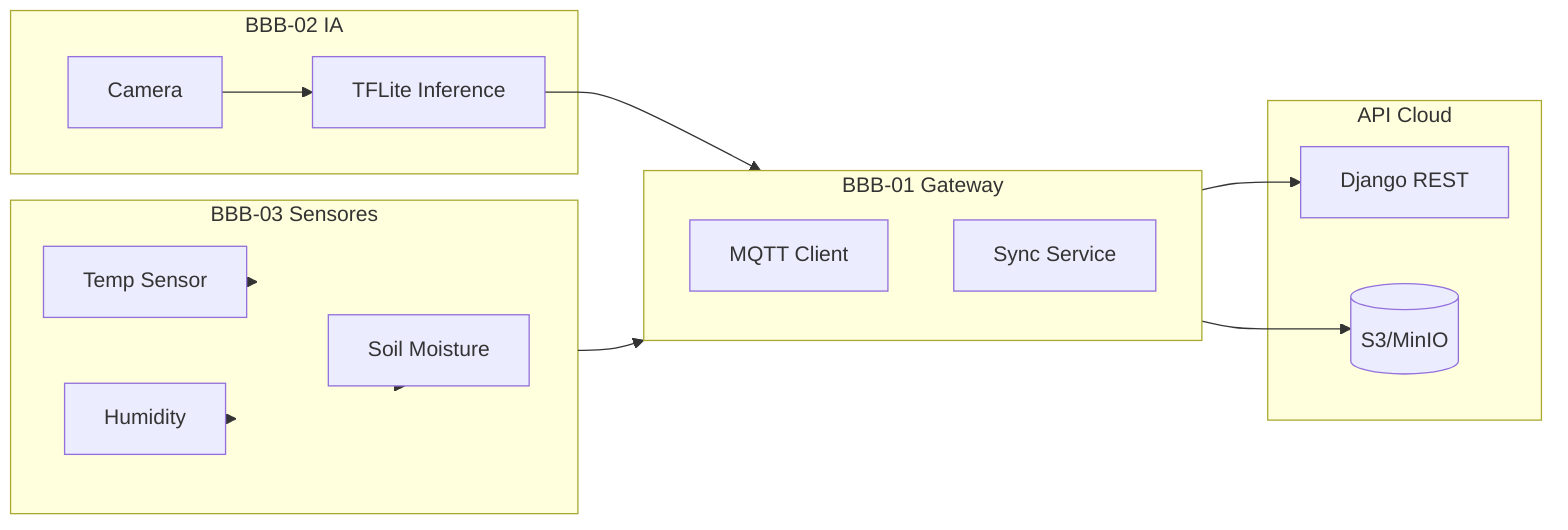
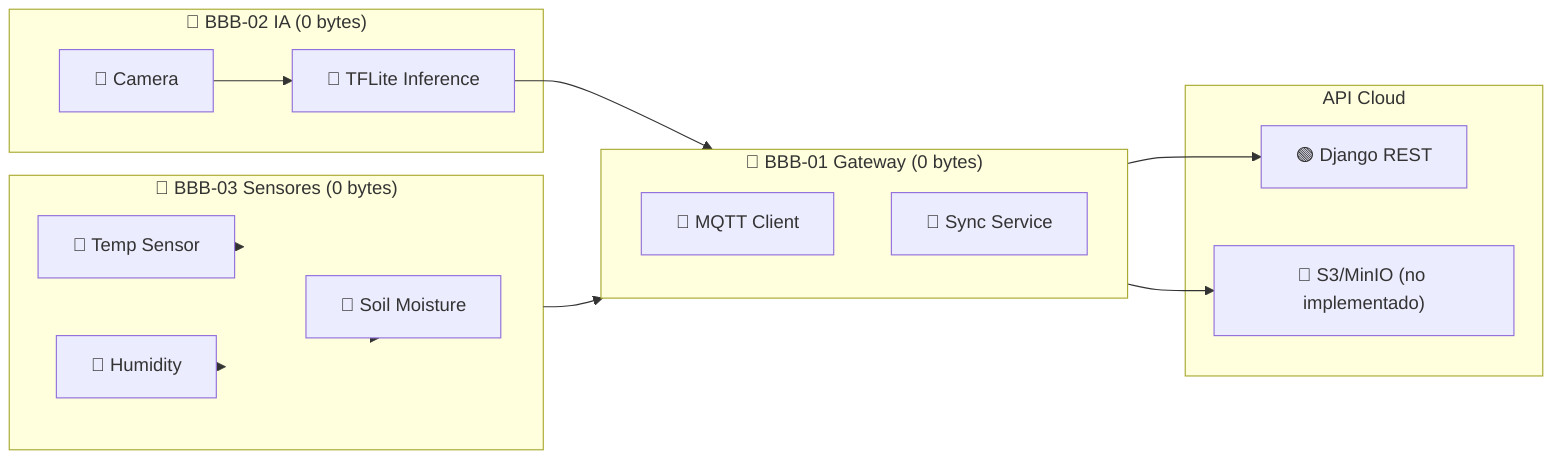
+ %% Convención: 🟢 Implementado · 🔷 Objetivo, no implementado
+ %% Evidencia: los 3 scripts principales de src/embedded/bbb_*/ están en 0 bytes;
+ %% no hay servicio S3/MinIO en docker-compose.yml. Verificado 20-jul-2026.
+ %% (Diagrama equivalente ya honesto: docs/eiarc/03_DIAGRAMS/TELEMETRY_IOT_ARCHITECTURE_V8.mmd)
+ 
flowchart LR
-   subgraph BBB01[BBB-01 Gateway]
-     MQTT[MQTT Client]
-     Sync[Sync Service]
+   subgraph BBB01["🔷 BBB-01 Gateway (0 bytes)"]
+     MQTT["🔷 MQTT Client"]
+     Sync["🔷 Sync Service"]
  end
-   subgraph BBB02[BBB-02 IA]
-     Camera[Camera]
-     TFLite[TFLite Inference]
+   subgraph BBB02["🔷 BBB-02 IA (0 bytes)"]
+     Camera["🔷 Camera"]
+     TFLite["🔷 TFLite Inference"]
  end
-   subgraph BBB03[BBB-03 Sensores]
-     Temp[Temp Sensor]
-     Hum[Humidity]
-     Soil[Soil Moisture]
+   subgraph BBB03["🔷 BBB-03 Sensores (0 bytes)"]
+     Temp["🔷 Temp Sensor"]
+     Hum["🔷 Humidity"]
+     Soil["🔷 Soil Moisture"]
  end
  subgraph Cloud[API Cloud]
-     API[Django REST]
-     Store[(S3/MinIO)]
+     API["🟢 Django REST"]
+     Store["🔷 S3/MinIO (no implementado)"]
  end

  Camera --> TFLite
  TFLite --> BBB01
  Temp --> BBB03
  Hum --> BBB03
  Soil --> BBB03
  BBB03 --> BBB01
  BBB01 --> API
  BBB01 --> Store